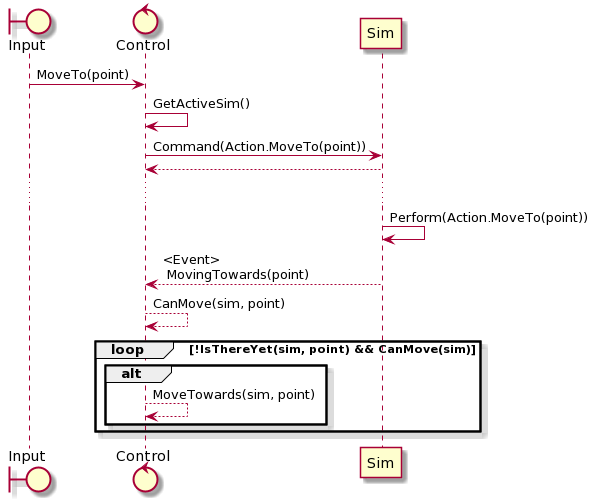
Before: Docs/Movement.png, a diagram exported from PlantUML (Xiphereal/TheSims).
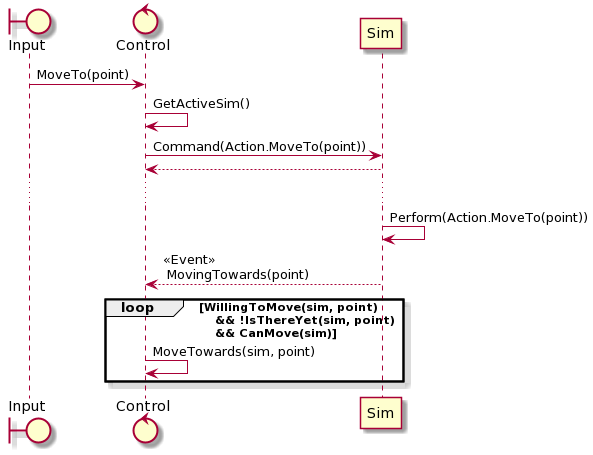
The same diagram one commit later.

Diff of the diagram source:
```diff
@@ -12,13 +12,9 @@
 ...
 
 Sim -> Sim : Perform(Action.MoveTo(point))
-Sim --> Control : <Event> \n MovingTowards(point)
+Sim --> Control : <<Event>> \n MovingTowards(point)
 
-Control --> Control : CanMove(sim, point)
-
-loop !IsThereYet(sim, point) && CanMove(sim)
-    alt
-        Control --> Control : MoveTowards(sim, point)
-    end
+loop WillingToMove(sim, point) \n    && !IsThereYet(sim, point) \n    && CanMove(sim)
+    Control -> Control : MoveTowards(sim, point)
 end
 @enduml
```
